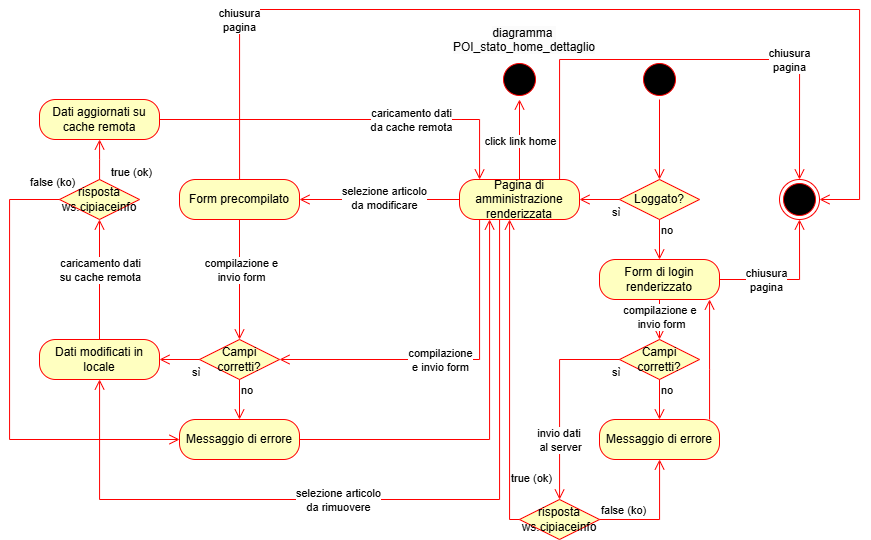
The draw.io diagram docs/UML/POI_stato_amministrazione.png in Fix-22/5C_AvvedutoCecireCinquetti_POI, before a commit. Source tidied: cells renumbered, new cells last; positions are measured from the earlier drawing's top-left corner, leaving out a move shared by most shapes. The source it was exported from:
```xml
<mxGraphModel>
  <root>
    <mxCell id="0" />
    <mxCell id="1" parent="0" />
    <mxCell id="2" value="Loggato?" style="rhombus;whiteSpace=wrap;html=1;fontColor=#000000;fillColor=#ffffc0;strokeColor=#ff0000;" parent="1" vertex="1">
      <mxGeometry x="610" y="170" width="80" height="40" as="geometry" />
    </mxCell>
    <mxCell id="3" value="no" style="edgeStyle=orthogonalEdgeStyle;html=1;align=left;verticalAlign=bottom;endArrow=open;endSize=8;strokeColor=#ff0000;rounded=0;" parent="1" edge="1" source="2" target="6">
      <mxGeometry x="-0.01" relative="1" as="geometry" />
    </mxCell>
    <mxCell id="4" value="sì" style="edgeStyle=orthogonalEdgeStyle;html=1;align=left;verticalAlign=top;endArrow=open;endSize=8;strokeColor=#ff0000;rounded=0;" parent="1" edge="1" source="2" target="5">
      <mxGeometry x="-0.5" relative="1" as="geometry" />
    </mxCell>
    <mxCell id="5" value="Pagina di amministrazione renderizzata" style="rounded=1;whiteSpace=wrap;html=1;arcSize=40;fontColor=#000000;fillColor=#ffffc0;strokeColor=#ff0000;" parent="1" vertex="1">
      <mxGeometry x="450" y="170" width="120" height="40" as="geometry" />
    </mxCell>
    <mxCell id="6" value="Form di login renderizzato" style="rounded=1;whiteSpace=wrap;html=1;arcSize=40;fontColor=#000000;fillColor=#ffffc0;strokeColor=#ff0000;" parent="1" vertex="1">
      <mxGeometry x="590" y="250" width="120" height="40" as="geometry" />
    </mxCell>
    <mxCell id="7" style="edgeStyle=orthogonalEdgeStyle;html=1;verticalAlign=bottom;endArrow=open;endSize=8;strokeColor=#ff0000;rounded=0;" parent="1" edge="1" source="35" target="9">
      <mxGeometry relative="1" as="geometry" />
    </mxCell>
    <mxCell id="8" value="compilazione e&lt;div&gt;invio form&lt;/div&gt;" style="edgeLabel;html=1;align=center;verticalAlign=middle;" parent="7" vertex="1">
      <mxGeometry x="-0.16" y="1" relative="1" as="geometry" />
    </mxCell>
    <mxCell id="9" value="Campi corretti?" style="rhombus;whiteSpace=wrap;html=1;fontColor=#000000;fillColor=#ffffc0;strokeColor=#ff0000;" parent="1" vertex="1">
      <mxGeometry x="190" y="330" width="80" height="40" as="geometry" />
    </mxCell>
    <mxCell id="10" value="no" style="edgeStyle=orthogonalEdgeStyle;html=1;align=left;verticalAlign=bottom;endArrow=open;endSize=8;strokeColor=#ff0000;rounded=0;" parent="1" edge="1" source="9" target="12">
      <mxGeometry x="-0.01" relative="1" as="geometry" />
    </mxCell>
    <mxCell id="11" value="sì" style="edgeStyle=orthogonalEdgeStyle;html=1;align=left;verticalAlign=top;endArrow=open;endSize=8;strokeColor=#ff0000;rounded=0;" parent="1" edge="1" source="9" target="14">
      <mxGeometry x="-0.5" relative="1" as="geometry" />
    </mxCell>
    <mxCell id="12" value="Messaggio di errore" style="rounded=1;whiteSpace=wrap;html=1;arcSize=40;fontColor=#000000;fillColor=#ffffc0;strokeColor=#ff0000;" parent="1" vertex="1">
      <mxGeometry x="170" y="410" width="120" height="40" as="geometry" />
    </mxCell>
    <mxCell id="13" style="edgeStyle=orthogonalEdgeStyle;html=1;verticalAlign=bottom;endArrow=open;endSize=8;strokeColor=#ff0000;rounded=0;" parent="1" edge="1" source="12" target="5">
      <mxGeometry relative="1" as="geometry">
        <Array as="points">
          <mxPoint x="480" y="430" />
        </Array>
      </mxGeometry>
    </mxCell>
    <mxCell id="14" value="Dati modificati in locale" style="rounded=1;whiteSpace=wrap;html=1;arcSize=40;fontColor=#000000;fillColor=#ffffc0;strokeColor=#ff0000;" parent="1" vertex="1">
      <mxGeometry x="30" y="330" width="120" height="40" as="geometry" />
    </mxCell>
    <mxCell id="15" value="Dati aggiornati su cache remota" style="rounded=1;whiteSpace=wrap;html=1;arcSize=40;fontColor=#000000;fillColor=#ffffc0;strokeColor=#ff0000;" parent="1" vertex="1">
      <mxGeometry x="30" y="90" width="120" height="40" as="geometry" />
    </mxCell>
    <mxCell id="16" style="edgeStyle=orthogonalEdgeStyle;html=1;verticalAlign=bottom;endArrow=open;endSize=8;strokeColor=#ff0000;rounded=0;" parent="1" edge="1" source="14" target="44">
      <mxGeometry relative="1" as="geometry" />
    </mxCell>
    <mxCell id="17" value="caricamento dati&lt;div&gt;su cache remota&lt;/div&gt;" style="edgeLabel;html=1;align=center;verticalAlign=middle;" parent="16" vertex="1">
      <mxGeometry x="-0.31" relative="1" as="geometry">
        <mxPoint y="-28" as="offset" />
      </mxGeometry>
    </mxCell>
    <mxCell id="18" style="edgeStyle=orthogonalEdgeStyle;html=1;verticalAlign=bottom;endArrow=open;endSize=8;strokeColor=#ff0000;rounded=0;" parent="1" edge="1" source="5" target="30">
      <mxGeometry relative="1" as="geometry" />
    </mxCell>
    <mxCell id="19" value="click link home" style="edgeLabel;html=1;align=center;verticalAlign=middle;" parent="18" vertex="1">
      <mxGeometry x="-0.48" y="-1" relative="1" as="geometry">
        <mxPoint x="-1" y="-19" as="offset" />
      </mxGeometry>
    </mxCell>
    <mxCell id="20" value="Campi corretti?" style="rhombus;whiteSpace=wrap;html=1;fontColor=#000000;fillColor=#ffffc0;strokeColor=#ff0000;" parent="1" vertex="1">
      <mxGeometry x="610" y="330" width="80" height="40" as="geometry" />
    </mxCell>
    <mxCell id="21" value="sì" style="edgeStyle=orthogonalEdgeStyle;html=1;align=left;verticalAlign=top;endArrow=open;endSize=8;strokeColor=#ff0000;rounded=0;" parent="1" edge="1" source="20" target="32">
      <mxGeometry x="-0.9" relative="1" as="geometry">
        <Array as="points">
          <mxPoint x="550" y="350" />
        </Array>
      </mxGeometry>
    </mxCell>
    <mxCell id="22" value="invio dati&amp;nbsp;&lt;div&gt;al server&lt;/div&gt;" style="edgeLabel;html=1;align=center;verticalAlign=middle;" parent="21" vertex="1">
      <mxGeometry x="0.16" y="-1" relative="1" as="geometry">
        <mxPoint x="1" y="24" as="offset" />
      </mxGeometry>
    </mxCell>
    <mxCell id="23" value="Messaggio di errore" style="rounded=1;whiteSpace=wrap;html=1;arcSize=40;fontColor=#000000;fillColor=#ffffc0;strokeColor=#ff0000;" parent="1" vertex="1">
      <mxGeometry x="590" y="410" width="120" height="40" as="geometry" />
    </mxCell>
    <mxCell id="24" style="edgeStyle=orthogonalEdgeStyle;html=1;verticalAlign=bottom;endArrow=open;endSize=8;strokeColor=#ff0000;rounded=0;" parent="1" edge="1" source="23" target="6">
      <mxGeometry relative="1" as="geometry">
        <Array as="points">
          <mxPoint x="700" y="360" />
          <mxPoint x="700" y="360" />
        </Array>
      </mxGeometry>
    </mxCell>
    <mxCell id="25" value="no" style="edgeStyle=orthogonalEdgeStyle;html=1;align=left;verticalAlign=bottom;endArrow=open;endSize=8;strokeColor=#ff0000;rounded=0;" parent="1" edge="1" source="20" target="23">
      <mxGeometry x="-0.01" relative="1" as="geometry" />
    </mxCell>
    <mxCell id="26" style="edgeStyle=orthogonalEdgeStyle;html=1;verticalAlign=bottom;endArrow=open;endSize=8;strokeColor=#ff0000;rounded=0;" parent="1" edge="1" source="6" target="20">
      <mxGeometry relative="1" as="geometry" />
    </mxCell>
    <mxCell id="27" value="compilazione e&amp;nbsp;&lt;div&gt;invio form&lt;/div&gt;" style="edgeLabel;html=1;align=center;verticalAlign=middle;" parent="26" vertex="1">
      <mxGeometry x="-0.16" y="1" relative="1" as="geometry" />
    </mxCell>
    <mxCell id="28" style="ellipse;html=1;shape=startState;fillColor=#000000;strokeColor=#ff0000;" parent="1" vertex="1">
      <mxGeometry x="630" y="50" width="40" height="40" as="geometry" />
    </mxCell>
    <mxCell id="29" style="edgeStyle=orthogonalEdgeStyle;html=1;verticalAlign=bottom;endArrow=open;endSize=8;strokeColor=#ff0000;rounded=0;" parent="1" edge="1" source="28" target="2">
      <mxGeometry relative="1" as="geometry" />
    </mxCell>
    <mxCell id="30" style="ellipse;html=1;shape=startState;fillColor=#000000;strokeColor=#ff0000;" parent="1" vertex="1">
      <mxGeometry x="490" y="50" width="40" height="40" as="geometry" />
    </mxCell>
    <mxCell id="31" value="&lt;span style=&quot;color: rgb(0, 0, 0); font-family: Helvetica; font-size: 12px; font-style: normal; font-variant-ligatures: normal; font-variant-caps: normal; font-weight: 400; letter-spacing: normal; orphans: 2; text-indent: 0px; text-transform: none; widows: 2; word-spacing: 0px; -webkit-text-stroke-width: 0px; white-space: normal; background-color: rgb(251, 251, 251); text-decoration-thickness: initial; text-decoration-style: initial; text-decoration-color: initial; float: none; display: inline !important;&quot;&gt;diagramma&amp;nbsp;&lt;/span&gt;&lt;div&gt;&lt;span style=&quot;color: rgb(0, 0, 0); font-family: Helvetica; font-size: 12px; font-style: normal; font-variant-ligatures: normal; font-variant-caps: normal; font-weight: 400; letter-spacing: normal; orphans: 2; text-indent: 0px; text-transform: none; widows: 2; word-spacing: 0px; -webkit-text-stroke-width: 0px; white-space: normal; background-color: rgb(251, 251, 251); text-decoration-thickness: initial; text-decoration-style: initial; text-decoration-color: initial; float: none; display: inline !important;&quot;&gt;POI_stato_home_dettaglio&lt;/span&gt;&lt;/div&gt;" style="text;whiteSpace=wrap;html=1;align=center;" parent="1" vertex="1">
      <mxGeometry x="440" y="10" width="150" height="40" as="geometry" />
    </mxCell>
    <mxCell id="32" value="risposta ws.cipiaceinfo" style="rhombus;whiteSpace=wrap;html=1;fontColor=#000000;fillColor=#ffffc0;strokeColor=#ff0000;" parent="1" vertex="1">
      <mxGeometry x="510" y="490" width="80" height="40" as="geometry" />
    </mxCell>
    <mxCell id="33" value="false (ko)" style="edgeStyle=orthogonalEdgeStyle;html=1;align=left;verticalAlign=bottom;endArrow=open;endSize=8;strokeColor=#ff0000;rounded=0;" parent="1" edge="1" source="32" target="23">
      <mxGeometry x="-1" relative="1" as="geometry">
        <Array as="points">
          <mxPoint x="650" y="510" />
        </Array>
      </mxGeometry>
    </mxCell>
    <mxCell id="34" value="true (ok)" style="edgeStyle=orthogonalEdgeStyle;html=1;align=left;verticalAlign=top;endArrow=open;endSize=8;strokeColor=#ff0000;rounded=0;" parent="1" edge="1" source="32" target="5">
      <mxGeometry x="-0.59" relative="1" as="geometry">
        <Array as="points">
          <mxPoint x="500" y="510" />
        </Array>
      </mxGeometry>
    </mxCell>
    <mxCell id="35" value="Form precompilato" style="rounded=1;whiteSpace=wrap;html=1;arcSize=40;fontColor=#000000;fillColor=#ffffc0;strokeColor=#ff0000;" parent="1" vertex="1">
      <mxGeometry x="170" y="170" width="120" height="40" as="geometry" />
    </mxCell>
    <mxCell id="36" style="edgeStyle=orthogonalEdgeStyle;html=1;verticalAlign=bottom;endArrow=open;endSize=8;strokeColor=#ff0000;rounded=0;" parent="1" edge="1" source="5" target="35">
      <mxGeometry relative="1" as="geometry" />
    </mxCell>
    <mxCell id="37" value="selezione articolo&lt;div&gt;da modificare&lt;/div&gt;" style="edgeLabel;html=1;align=center;verticalAlign=middle;" parent="36" vertex="1">
      <mxGeometry x="-0.05" y="-2" relative="1" as="geometry" />
    </mxCell>
    <mxCell id="38" style="edgeStyle=orthogonalEdgeStyle;html=1;verticalAlign=bottom;endArrow=open;endSize=8;strokeColor=#ff0000;rounded=0;" parent="1" edge="1" source="5" target="9">
      <mxGeometry relative="1" as="geometry">
        <Array as="points">
          <mxPoint x="470" y="350" />
        </Array>
      </mxGeometry>
    </mxCell>
    <mxCell id="39" value="compilazione&lt;div&gt;e invio form&lt;/div&gt;" style="edgeLabel;html=1;align=center;verticalAlign=middle;" parent="38" vertex="1">
      <mxGeometry x="-0.16" y="1" relative="1" as="geometry">
        <mxPoint x="-36" y="-1" as="offset" />
      </mxGeometry>
    </mxCell>
    <mxCell id="40" style="edgeStyle=orthogonalEdgeStyle;html=1;verticalAlign=bottom;endArrow=open;endSize=8;strokeColor=#ff0000;rounded=0;" parent="1" edge="1" source="15" target="5">
      <mxGeometry relative="1" as="geometry">
        <Array as="points">
          <mxPoint x="90" y="110" />
          <mxPoint x="470" y="110" />
        </Array>
      </mxGeometry>
    </mxCell>
    <mxCell id="41" value="caricamento dati&lt;div&gt;da cache remota&lt;/div&gt;" style="edgeLabel;html=1;align=center;verticalAlign=middle;" parent="40" vertex="1">
      <mxGeometry x="-0.31" relative="1" as="geometry">
        <mxPoint x="119" as="offset" />
      </mxGeometry>
    </mxCell>
    <mxCell id="42" style="edgeStyle=orthogonalEdgeStyle;html=1;verticalAlign=bottom;endArrow=open;endSize=8;strokeColor=#ff0000;rounded=0;" parent="1" edge="1" source="5" target="14">
      <mxGeometry relative="1" as="geometry">
        <Array as="points">
          <mxPoint x="490" y="490" />
          <mxPoint x="90" y="490" />
        </Array>
      </mxGeometry>
    </mxCell>
    <mxCell id="43" value="selezione articolo&lt;div&gt;da rimuovere&lt;/div&gt;" style="edgeLabel;html=1;align=center;verticalAlign=middle;" parent="42" vertex="1">
      <mxGeometry x="-0.05" y="-2" relative="1" as="geometry">
        <mxPoint x="-60" y="2" as="offset" />
      </mxGeometry>
    </mxCell>
    <mxCell id="44" value="risposta ws.cipiaceinfo" style="rhombus;whiteSpace=wrap;html=1;fontColor=#000000;fillColor=#ffffc0;strokeColor=#ff0000;" parent="1" vertex="1">
      <mxGeometry x="50" y="170" width="80" height="40" as="geometry" />
    </mxCell>
    <mxCell id="45" value="true (ok)" style="edgeStyle=orthogonalEdgeStyle;html=1;align=left;verticalAlign=top;endArrow=open;endSize=8;strokeColor=#ff0000;rounded=0;" parent="1" edge="1" source="44" target="15">
      <mxGeometry y="-10" relative="1" as="geometry">
        <Array as="points">
          <mxPoint x="90" y="150" />
          <mxPoint x="90" y="150" />
        </Array>
      </mxGeometry>
    </mxCell>
    <mxCell id="46" value="false (ko)" style="edgeStyle=orthogonalEdgeStyle;html=1;align=left;verticalAlign=top;endArrow=open;endSize=8;strokeColor=#ff0000;rounded=0;" parent="1" edge="1" source="44" target="12">
      <mxGeometry x="-0.87" y="-30" relative="1" as="geometry">
        <Array as="points">
          <mxPoint y="190" />
          <mxPoint y="430" />
        </Array>
      </mxGeometry>
    </mxCell>
    <mxCell id="47" style="ellipse;html=1;shape=endState;fillColor=#000000;strokeColor=#ff0000;" parent="1" vertex="1">
      <mxGeometry x="770" y="170" width="40" height="40" as="geometry" />
    </mxCell>
    <mxCell id="48" style="edgeStyle=orthogonalEdgeStyle;html=1;verticalAlign=bottom;endArrow=open;endSize=8;strokeColor=#ff0000;rounded=0;" parent="1" edge="1" source="6" target="47">
      <mxGeometry relative="1" as="geometry" />
    </mxCell>
    <mxCell id="49" value="chiusura&lt;div&gt;pagina&lt;/div&gt;" style="edgeLabel;html=1;align=center;verticalAlign=middle;" parent="48" vertex="1">
      <mxGeometry x="-0.45" y="2" relative="1" as="geometry">
        <mxPoint x="8" y="2" as="offset" />
      </mxGeometry>
    </mxCell>
    <mxCell id="50" style="edgeStyle=orthogonalEdgeStyle;html=1;verticalAlign=bottom;endArrow=open;endSize=8;strokeColor=#ff0000;rounded=0;" parent="1" edge="1" source="5" target="47">
      <mxGeometry relative="1" as="geometry">
        <Array as="points">
          <mxPoint x="550" y="50" />
          <mxPoint x="790" y="50" />
        </Array>
      </mxGeometry>
    </mxCell>
    <mxCell id="51" value="chiusura&lt;div&gt;pagina&lt;/div&gt;" style="edgeLabel;html=1;align=center;verticalAlign=middle;" parent="50" vertex="1">
      <mxGeometry x="-0.45" y="2" relative="1" as="geometry">
        <mxPoint x="217" y="2" as="offset" />
      </mxGeometry>
    </mxCell>
    <mxCell id="52" style="edgeStyle=orthogonalEdgeStyle;html=1;verticalAlign=bottom;endArrow=open;endSize=8;strokeColor=#ff0000;rounded=0;" parent="1" edge="1" source="35" target="47">
      <mxGeometry relative="1" as="geometry">
        <Array as="points">
          <mxPoint x="230" />
          <mxPoint x="850" />
          <mxPoint x="850" y="190" />
        </Array>
      </mxGeometry>
    </mxCell>
    <mxCell id="53" value="chiusura&lt;div&gt;pagina&lt;/div&gt;" style="edgeLabel;html=1;align=center;verticalAlign=middle;" parent="52" vertex="1">
      <mxGeometry x="-0.45" y="2" relative="1" as="geometry">
        <mxPoint x="-112" y="12" as="offset" />
      </mxGeometry>
    </mxCell>
  </root>
</mxGraphModel>
```
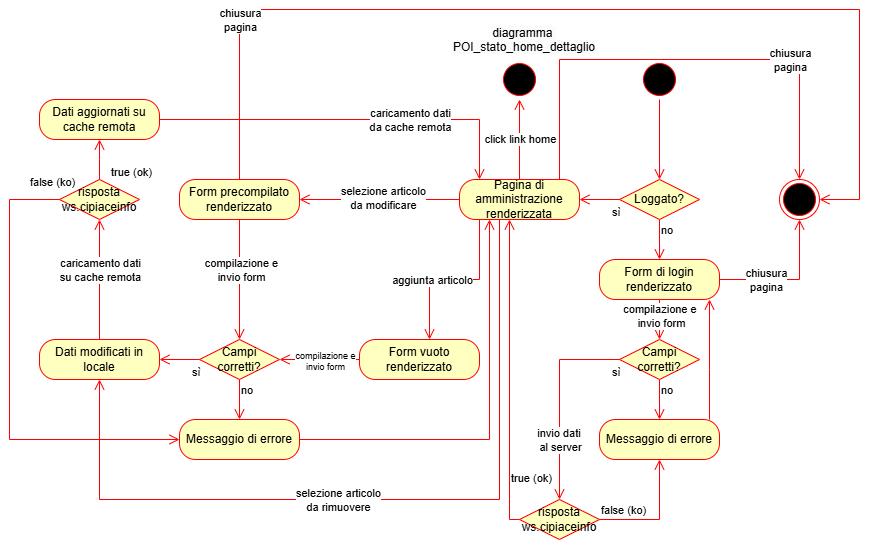
After the change.

Commit message:
agg uml

Diff of the diagram source:
```diff
@@ -128,7 +128,7 @@
         </Array>
       </mxGeometry>
     </mxCell>
-    <mxCell id="35" value="Form precompilato" style="rounded=1;whiteSpace=wrap;html=1;arcSize=40;fontColor=#000000;fillColor=#ffffc0;strokeColor=#ff0000;" parent="1" vertex="1">
+    <mxCell id="35" value="Form precompilato renderizzato" style="rounded=1;whiteSpace=wrap;html=1;arcSize=40;fontColor=#000000;fillColor=#ffffc0;strokeColor=#ff0000;" parent="1" vertex="1">
       <mxGeometry x="170" y="170" width="120" height="40" as="geometry" />
     </mxCell>
     <mxCell id="36" style="edgeStyle=orthogonalEdgeStyle;html=1;verticalAlign=bottom;endArrow=open;endSize=8;strokeColor=#ff0000;rounded=0;" parent="1" edge="1" source="5" target="35">
@@ -137,14 +137,15 @@
     <mxCell id="37" value="selezione articolo&lt;div&gt;da modificare&lt;/div&gt;" style="edgeLabel;html=1;align=center;verticalAlign=middle;" parent="36" vertex="1">
       <mxGeometry x="-0.05" y="-2" relative="1" as="geometry" />
     </mxCell>
-    <mxCell id="38" style="edgeStyle=orthogonalEdgeStyle;html=1;verticalAlign=bottom;endArrow=open;endSize=8;strokeColor=#ff0000;rounded=0;" parent="1" edge="1" source="5" target="9">
+    <mxCell id="38" style="edgeStyle=orthogonalEdgeStyle;html=1;verticalAlign=bottom;endArrow=open;endSize=8;strokeColor=#ff0000;rounded=0;" parent="1" edge="1" source="5" target="54">
       <mxGeometry relative="1" as="geometry">
         <Array as="points">
-          <mxPoint x="470" y="350" />
+          <mxPoint x="470" y="270" />
+          <mxPoint x="420" y="270" />
         </Array>
       </mxGeometry>
     </mxCell>
-    <mxCell id="39" value="compilazione&lt;div&gt;e invio form&lt;/div&gt;" style="edgeLabel;html=1;align=center;verticalAlign=middle;" parent="38" vertex="1">
+    <mxCell id="39" value="aggiunta articolo" style="edgeLabel;html=1;align=center;verticalAlign=middle;" parent="38" vertex="1">
       <mxGeometry x="-0.16" y="1" relative="1" as="geometry">
         <mxPoint x="-36" y="-1" as="offset" />
       </mxGeometry>
@@ -232,5 +233,14 @@
         <mxPoint x="-112" y="12" as="offset" />
       </mxGeometry>
     </mxCell>
+    <mxCell id="54" value="Form vuoto renderizzato" style="rounded=1;whiteSpace=wrap;html=1;arcSize=40;fontColor=#000000;fillColor=#ffffc0;strokeColor=#ff0000;" parent="1" vertex="1">
+      <mxGeometry x="350" y="330" width="120" height="40" as="geometry" />
+    </mxCell>
+    <mxCell id="55" style="edgeStyle=orthogonalEdgeStyle;html=1;verticalAlign=bottom;endArrow=open;endSize=8;strokeColor=#ff0000;rounded=0;" parent="1" edge="1" source="54" target="9">
+      <mxGeometry relative="1" as="geometry" />
+    </mxCell>
+    <mxCell id="56" value="compilazione e&lt;div&gt;invio form&lt;/div&gt;" style="edgeLabel;html=1;align=center;verticalAlign=middle;fontSize=9;" parent="55" vertex="1">
+      <mxGeometry x="-0.16" y="1" relative="1" as="geometry" />
+    </mxCell>
   </root>
 </mxGraphModel>
```
